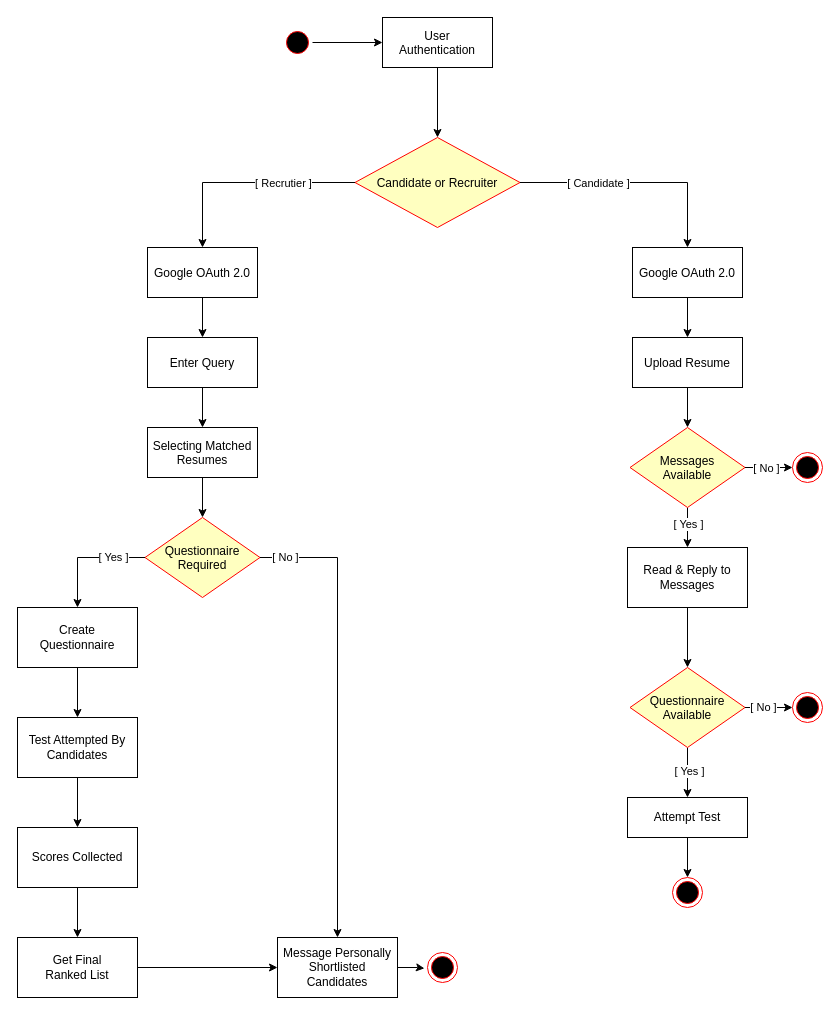
Earlier version of the draw.io diagram diagrams/Act Diag.drawio (ParthKapoor-dev/Purity.AI). Source tidied: cells renumbered, new cells numbered last; positions are measured from the earlier drawing's top-left corner, leaving out a move shared by most shapes. Both pictures are drawn from the tidied source at 100%, with x=0, y=0 at pixel (17, 17).
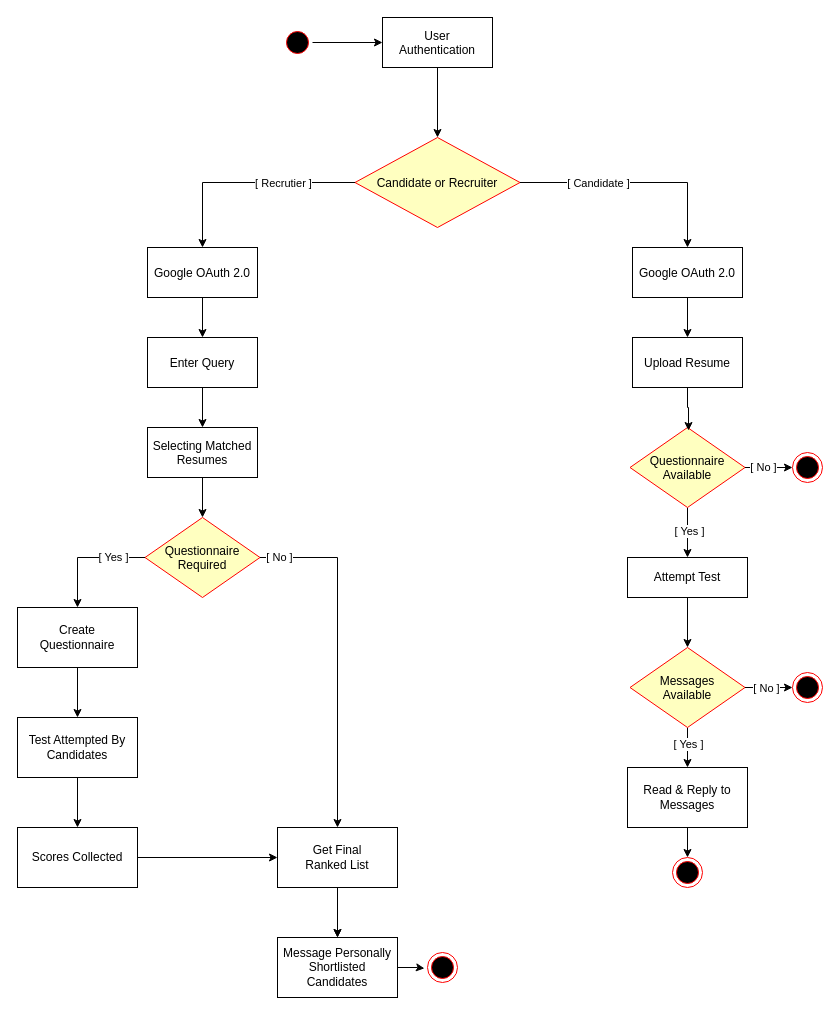
Above is the later version.

Unchanged cells that the change refers to:
```xml
<mxCell id="16" value="Upload Resume" parent="1" vertex="1">
  <mxGeometry x="615" y="320" width="110" height="50" as="geometry" />
</mxCell>
<mxCell id="42" value="Questionnaire&#10;Required" style="rhombus;fillColor=#ffffc0;strokeColor=#ff0000;" parent="1" vertex="1">
  <mxGeometry x="127.5" y="500" width="115" height="80" as="geometry" />
</mxCell>
<mxCell id="51" value="Message Personally Shortlisted Candidates" style="whiteSpace=wrap;html=1;" parent="1" vertex="1">
  <mxGeometry x="260" y="920" width="120" height="60" as="geometry" />
</mxCell>
```

Diff of the diagram source:
```diff
@@
-    <mxCell id="15" style="edgeStyle=orthogonalEdgeStyle;rounded=0;jettySize=auto;html=1;" parent="1" edge="1" source="16" target="21">
-      <mxGeometry relative="1" as="geometry" />
-    </mxCell>
@@
     <mxCell id="21" value="Messages &#10;Available" style="rhombus;fillColor=#ffffc0;strokeColor=#ff0000;" parent="1" vertex="1">
-      <mxGeometry x="612.5" y="410" width="115" height="80" as="geometry" />
+      <mxGeometry x="612.5" y="630" width="115" height="80" as="geometry" />
     </mxCell>
-    <mxCell id="22" style="edgeStyle=orthogonalEdgeStyle;rounded=0;jettySize=auto;html=1;entryX=0.5;entryY=0;entryDx=0;entryDy=0;" parent="1" edge="1" source="23" target="28">
-      <mxGeometry relative="1" as="geometry" />
-    </mxCell>
+    <mxCell id="54" style="edgeStyle=orthogonalEdgeStyle;rounded=0;jettySize=auto;html=1;entryX=0.5;entryY=0;entryDx=0;entryDy=0;" parent="1" edge="1" source="23" target="57">
+      <mxGeometry relative="1" as="geometry" />
+    </mxCell>
     <mxCell id="23" value="Read &amp;amp; Reply to Messages" style="whiteSpace=wrap;html=1;" parent="1" vertex="1">
-      <mxGeometry x="610" y="530" width="120" height="60" as="geometry" />
+      <mxGeometry x="610" y="750" width="120" height="60" as="geometry" />
     </mxCell>
@@
     <mxCell id="28" value="Questionnaire&#10;Available" style="rhombus;fillColor=#ffffc0;strokeColor=#ff0000;" parent="1" vertex="1">
-      <mxGeometry x="612.5" y="650" width="115" height="80" as="geometry" />
+      <mxGeometry x="612.5" y="410" width="115" height="80" as="geometry" />
     </mxCell>
-    <mxCell id="29" style="edgeStyle=orthogonalEdgeStyle;rounded=0;jettySize=auto;html=1;entryX=0.5;entryY=0;entryDx=0;entryDy=0;" parent="1" edge="1" source="30" target="31">
-      <mxGeometry relative="1" as="geometry" />
-    </mxCell>
+    <mxCell id="55" style="edgeStyle=orthogonalEdgeStyle;rounded=0;jettySize=auto;html=1;entryX=0.5;entryY=0;entryDx=0;entryDy=0;" parent="1" edge="1" source="30" target="21">
+      <mxGeometry relative="1" as="geometry" />
+    </mxCell>
     <mxCell id="30" value="Attempt Test" style="whiteSpace=wrap;html=1;" parent="1" vertex="1">
-      <mxGeometry x="610" y="780" width="120" height="40" as="geometry" />
+      <mxGeometry x="610" y="540" width="120" height="40" as="geometry" />
     </mxCell>
-    <mxCell id="31" style="ellipse;shape=endState;fillColor=#000000;strokeColor=#ff0000;" parent="1" vertex="1">
-      <mxGeometry x="655" y="860" width="30" height="30" as="geometry" />
-    </mxCell>
     <mxCell id="32" style="ellipse;shape=endState;fillColor=#000000;strokeColor=#ff0000;" parent="1" vertex="1">
-      <mxGeometry x="775" y="435" width="30" height="30" as="geometry" />
+      <mxGeometry x="775" y="655" width="30" height="30" as="geometry" />
     </mxCell>
     <mxCell id="33" style="ellipse;shape=endState;fillColor=#000000;strokeColor=#ff0000;" parent="1" vertex="1">
-      <mxGeometry x="775" y="675" width="30" height="30" as="geometry" />
+      <mxGeometry x="775" y="435" width="30" height="30" as="geometry" />
     </mxCell>
@@
-    <mxCell id="40" style="edgeStyle=orthogonalEdgeStyle;rounded=0;jettySize=auto;html=1;entryX=0.5;entryY=0;entryDx=0;entryDy=0;" parent="1" edge="1" source="42" target="51">
+    <mxCell id="40" style="edgeStyle=orthogonalEdgeStyle;rounded=0;jettySize=auto;html=1;entryX=0.5;entryY=0;entryDx=0;entryDy=0;" parent="1" edge="1" source="50" target="51">
       <mxGeometry relative="1" as="geometry" />
     </mxCell>
-    <mxCell id="41" value="[ No ]" style="edgeLabel;html=1;align=center;verticalAlign=middle;" parent="40" vertex="1">
-      <mxGeometry x="-0.89" y="1" relative="1" as="geometry" />
-    </mxCell>
@@
-    <mxCell id="50" value="Get Final &lt;br&gt;Ranked List" style="whiteSpace=wrap;html=1;" parent="1" vertex="1">
-      <mxGeometry y="920" width="120" height="60" as="geometry" />
-    </mxCell>
@@
+    <mxCell id="56" style="edgeStyle=orthogonalEdgeStyle;rounded=0;jettySize=auto;html=1;entryX=0.509;entryY=0.038;entryDx=0;entryDy=0;entryPerimeter=0;" parent="1" edge="1" source="16" target="28">
+      <mxGeometry relative="1" as="geometry" />
+    </mxCell>
+    <mxCell id="57" style="ellipse;shape=endState;fillColor=#000000;strokeColor=#ff0000;" parent="1" vertex="1">
+      <mxGeometry x="655" y="840" width="30" height="30" as="geometry" />
+    </mxCell>
+    <mxCell id="58" style="edgeStyle=orthogonalEdgeStyle;rounded=0;jettySize=auto;html=1;entryX=0.5;entryY=0;entryDx=0;entryDy=0;" parent="1" edge="1" source="42" target="50">
+      <mxGeometry relative="1" as="geometry" />
+    </mxCell>
+    <mxCell id="41" value="[ No ]" style="edgeLabel;html=1;align=center;verticalAlign=middle;" parent="58" vertex="1">
+      <mxGeometry x="-0.89" y="1" relative="1" as="geometry" />
+    </mxCell>
+    <mxCell id="50" value="Get Final &lt;br&gt;Ranked List" style="whiteSpace=wrap;html=1;" parent="1" vertex="1">
+      <mxGeometry x="260" y="810" width="120" height="60" as="geometry" />
+    </mxCell>
```
